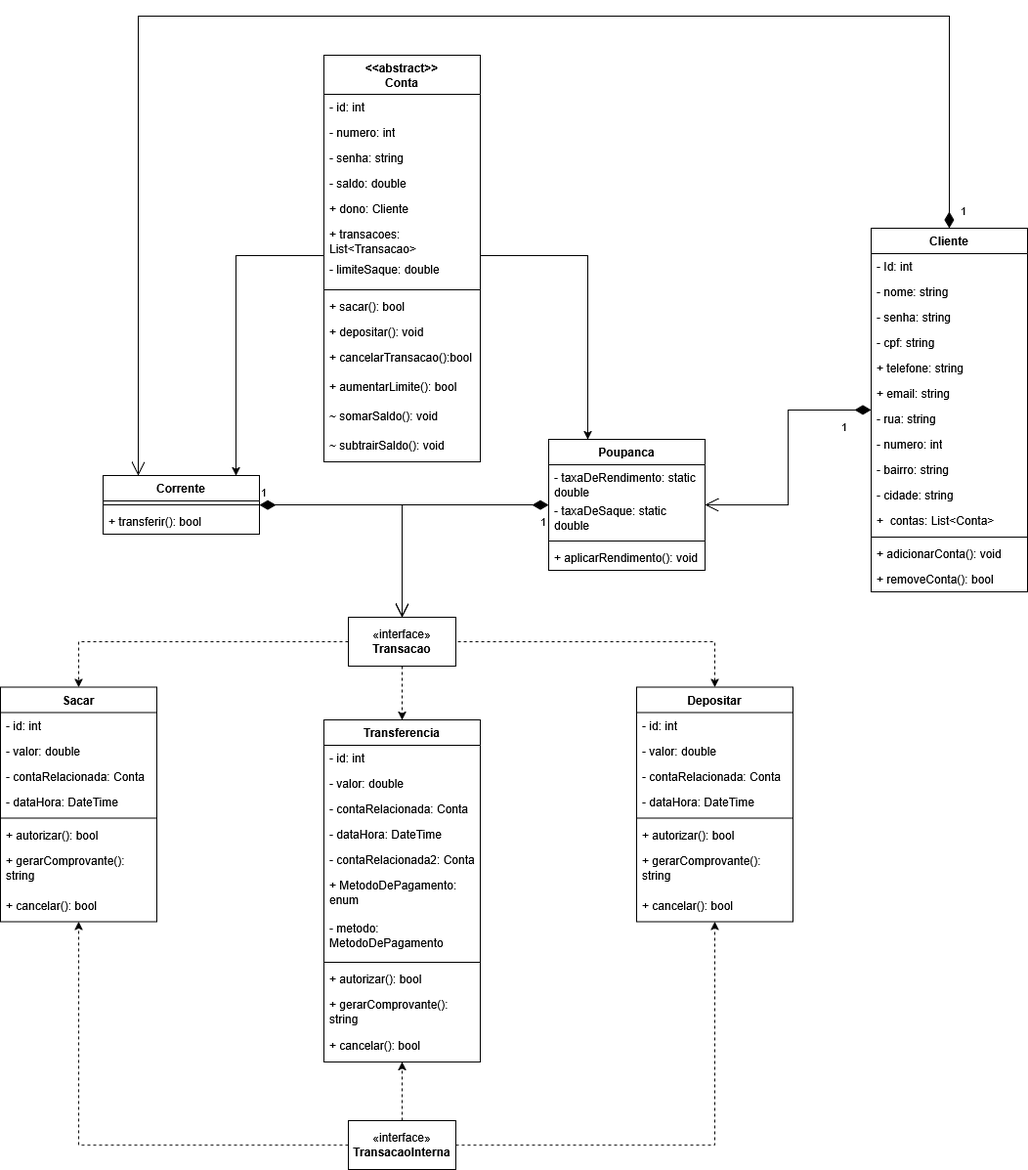
Markyneos/UVVFintech keeps this draw.io diagram as Docs/UvvFintech.drawio.png. Above is the earlier version. Source tidied: cells renumbered, new cells last; positions are measured from the earlier drawing's top-left corner, leaving out a move shared by most shapes.
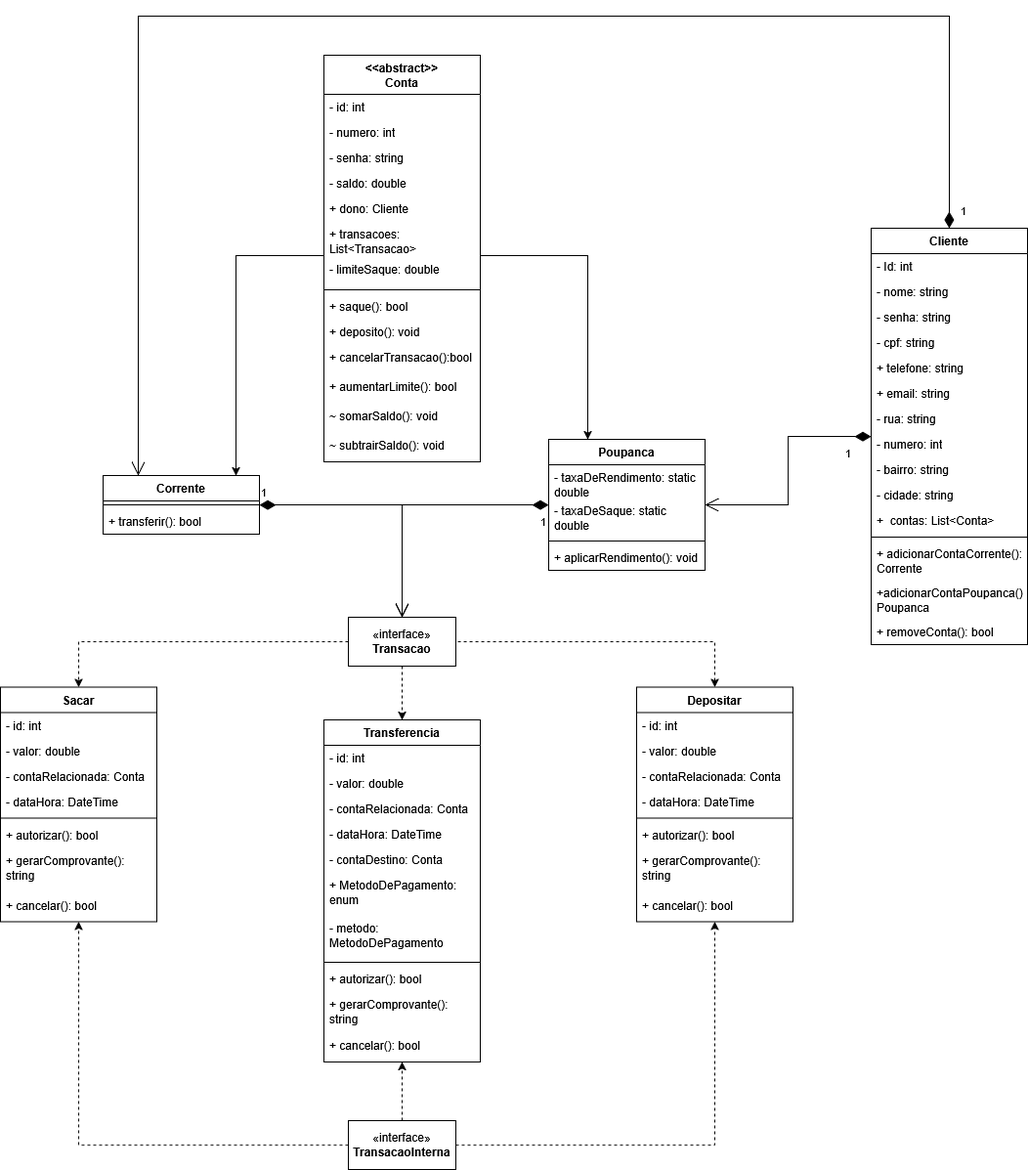
Later version of the same file.

Change to the diagram source:
```diff
@@ -3,7 +3,7 @@
     <mxCell id="0" />
     <mxCell id="1" parent="0" />
     <mxCell id="2" value="Cliente" style="swimlane;fontStyle=1;align=center;verticalAlign=top;horizontal=1;startSize=26;whiteSpace=wrap;html=1;" parent="1" vertex="1">
-      <mxGeometry x="891" y="217" width="160" height="372" as="geometry" />
+      <mxGeometry x="891" y="217" width="160" height="426" as="geometry" />
     </mxCell>
     <mxCell id="3" value="- Id: int" style="text;strokeColor=none;fillColor=none;align=left;verticalAlign=top;spacingLeft=4;spacingRight=4;overflow=hidden;whiteSpace=wrap;html=1;" parent="2" vertex="1">
       <mxGeometry y="26" width="160" height="26" as="geometry" />
@@ -41,11 +41,14 @@
     <mxCell id="14" style="line;strokeWidth=1;fillColor=none;align=left;verticalAlign=middle;spacingTop=-1;spacingLeft=3;spacingRight=3;labelPosition=right;strokeColor=inherit;" parent="2" vertex="1">
       <mxGeometry y="312" width="160" height="8" as="geometry" />
     </mxCell>
-    <mxCell id="15" value="+ adicionarConta(): void" style="text;strokeColor=none;fillColor=none;align=left;verticalAlign=top;spacingLeft=4;spacingRight=4;overflow=hidden;whiteSpace=wrap;html=1;" parent="2" vertex="1">
-      <mxGeometry y="320" width="160" height="26" as="geometry" />
+    <mxCell id="15" value="+ adicionarContaCorrente(): Corrente" style="text;strokeColor=none;fillColor=none;align=left;verticalAlign=top;spacingLeft=4;spacingRight=4;overflow=hidden;whiteSpace=wrap;html=1;" parent="2" vertex="1">
+      <mxGeometry y="320" width="160" height="40" as="geometry" />
     </mxCell>
+    <mxCell id="84" value="+adicionarContaPoupanca(): Poupanca" style="text;strokeColor=none;fillColor=none;align=left;verticalAlign=top;spacingLeft=4;spacingRight=4;overflow=hidden;whiteSpace=wrap;html=1;" parent="2" vertex="1">
+      <mxGeometry y="360" width="160" height="40" as="geometry" />
+    </mxCell>
     <mxCell id="16" value="+ removeConta(): bool" style="text;strokeColor=none;fillColor=none;align=left;verticalAlign=top;spacingLeft=4;spacingRight=4;overflow=hidden;whiteSpace=wrap;html=1;" parent="2" vertex="1">
-      <mxGeometry y="346" width="160" height="26" as="geometry" />
+      <mxGeometry y="400" width="160" height="26" as="geometry" />
     </mxCell>
     <mxCell id="17" style="edgeStyle=orthogonalEdgeStyle;rounded=0;jettySize=auto;html=1;" parent="1" edge="1" source="19" target="34">
       <mxGeometry relative="1" as="geometry">
@@ -88,10 +91,10 @@
     <mxCell id="27" style="line;strokeWidth=1;fillColor=none;align=left;verticalAlign=middle;spacingTop=-1;spacingLeft=3;spacingRight=3;labelPosition=right;strokeColor=inherit;" parent="19" vertex="1">
       <mxGeometry y="236" width="160" height="8" as="geometry" />
     </mxCell>
-    <mxCell id="28" value="+ sacar(): bool" style="text;strokeColor=none;fillColor=none;align=left;verticalAlign=top;spacingLeft=4;spacingRight=4;overflow=hidden;whiteSpace=wrap;html=1;" parent="19" vertex="1">
+    <mxCell id="28" value="+ saque(): bool" style="text;strokeColor=none;fillColor=none;align=left;verticalAlign=top;spacingLeft=4;spacingRight=4;overflow=hidden;whiteSpace=wrap;html=1;" parent="19" vertex="1">
       <mxGeometry y="244" width="160" height="26" as="geometry" />
     </mxCell>
-    <mxCell id="29" value="+ depositar(): void" style="text;strokeColor=none;fillColor=none;align=left;verticalAlign=top;spacingLeft=4;spacingRight=4;overflow=hidden;whiteSpace=wrap;html=1;" parent="19" vertex="1">
+    <mxCell id="29" value="+ deposito(): void" style="text;strokeColor=none;fillColor=none;align=left;verticalAlign=top;spacingLeft=4;spacingRight=4;overflow=hidden;whiteSpace=wrap;html=1;" parent="19" vertex="1">
       <mxGeometry y="270" width="160" height="26" as="geometry" />
     </mxCell>
     <mxCell id="30" value="+ cancelarTransacao():bool&amp;nbsp;" style="text;strokeColor=none;fillColor=none;align=left;verticalAlign=top;spacingLeft=4;spacingRight=4;overflow=hidden;whiteSpace=wrap;html=1;" parent="19" vertex="1">
@@ -245,7 +248,7 @@
     <mxCell id="75" value="- dataHora: DateTime" style="text;strokeColor=none;fillColor=none;align=left;verticalAlign=top;spacingLeft=4;spacingRight=4;overflow=hidden;whiteSpace=wrap;html=1;" parent="71" vertex="1">
       <mxGeometry y="104" width="160" height="26" as="geometry" />
     </mxCell>
-    <mxCell id="76" value="- contaRelacionada2: Conta" style="text;strokeColor=none;fillColor=none;align=left;verticalAlign=top;spacingLeft=4;spacingRight=4;overflow=hidden;whiteSpace=wrap;html=1;" parent="71" vertex="1">
+    <mxCell id="76" value="- contaDestino: Conta" style="text;strokeColor=none;fillColor=none;align=left;verticalAlign=top;spacingLeft=4;spacingRight=4;overflow=hidden;whiteSpace=wrap;html=1;" parent="71" vertex="1">
       <mxGeometry y="130" width="160" height="26" as="geometry" />
     </mxCell>
     <mxCell id="77" value="+ MetodoDePagamento: enum" style="text;strokeColor=none;fillColor=none;align=left;verticalAlign=top;spacingLeft=4;spacingRight=4;overflow=hidden;whiteSpace=wrap;html=1;" parent="71" vertex="1">
```
